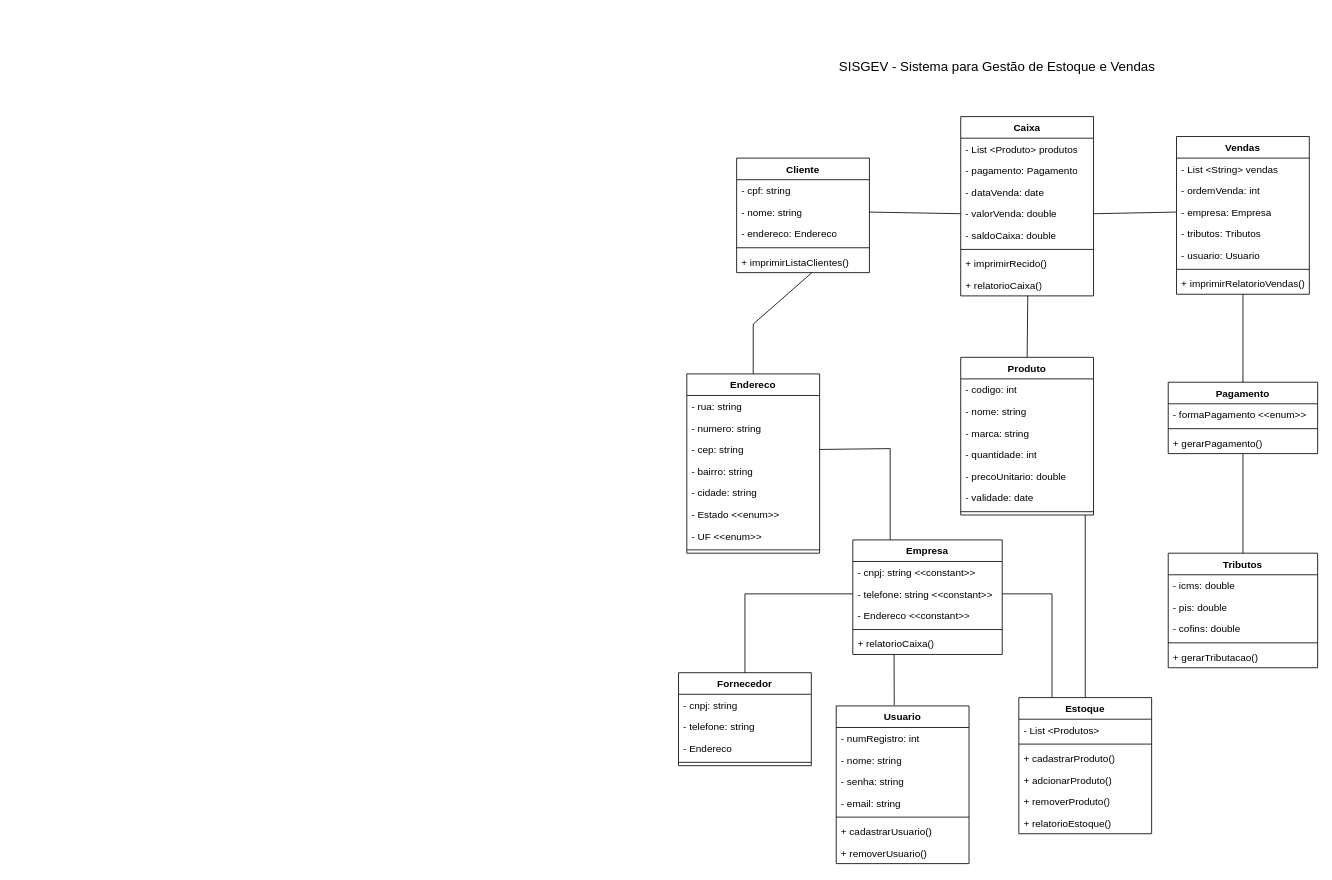
igormanoels/SISGEV keeps this draw.io diagram as Diagrama/1.0.0/Diagrama de Classes - SISGEV.drawio. Above is the earlier version. Source tidied: cells renumbered, new cells numbered last; positions are measured from the earlier drawing's top-left corner, leaving out a move shared by most shapes. Both pictures are drawn from the tidied source at 83%, with x=0, y=0 at pixel (678, 50).
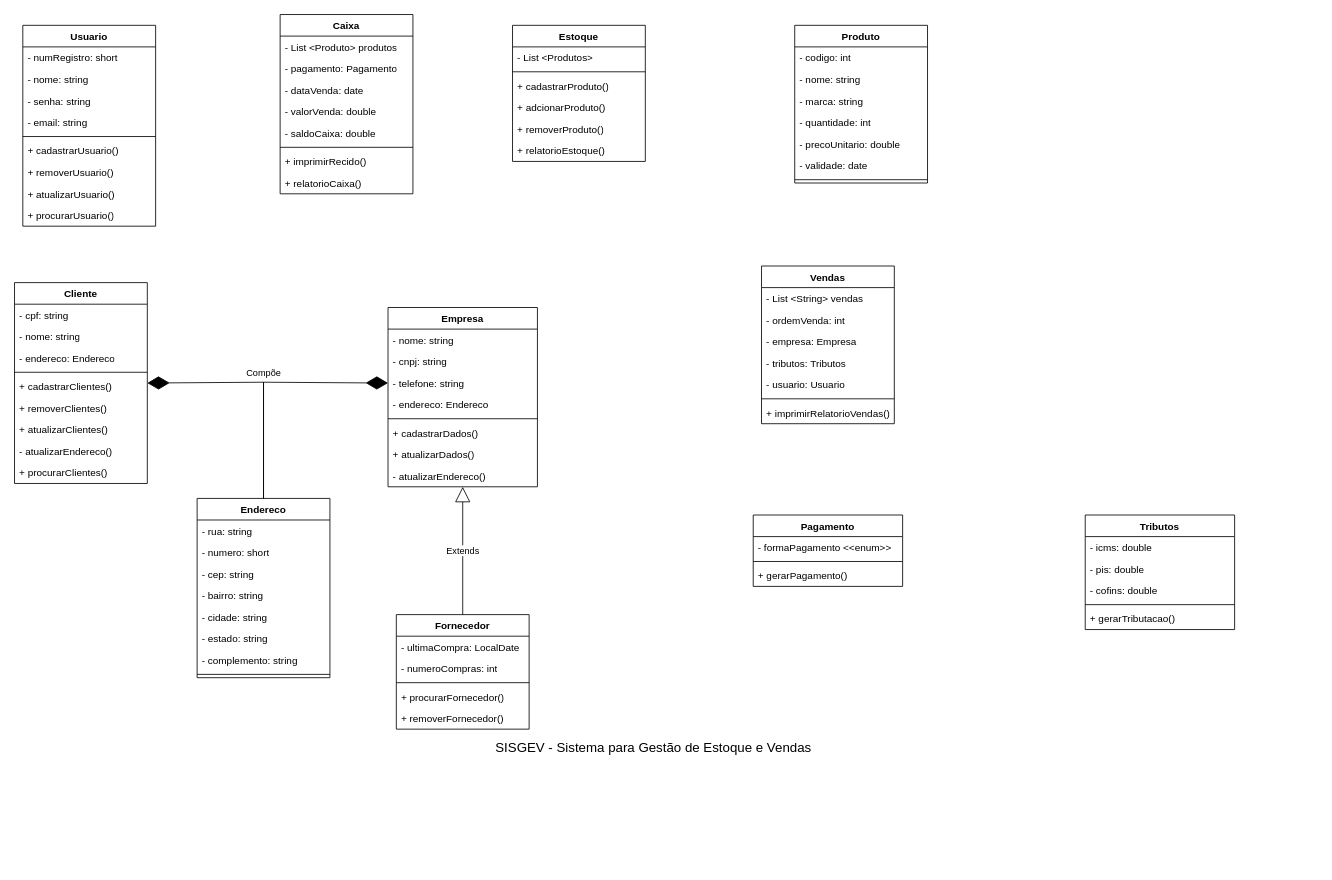
Above is the later version.

Commit message (it also covers changes not shown here):
Continuação do desenvolvimento das classes Cliente, Empresa e Fornecedor, com modificação no diagrama.

Unchanged cells that the change refers to:
```xml
<mxCell id="20" value="- empresa: Empresa" style="text;strokeColor=none;fillColor=none;align=left;verticalAlign=top;spacingLeft=4;spacingRight=4;overflow=hidden;points=[[0,0.5],[1,0.5]];portConstraint=eastwest;whiteSpace=wrap;html=1;" parent="17" vertex="1">
  <mxGeometry y="78" width="160" height="26" as="geometry" />
</mxCell>
<mxCell id="24" value="+ imprimirRelatorioVendas()" style="text;strokeColor=none;fillColor=none;align=left;verticalAlign=top;spacingLeft=4;spacingRight=4;overflow=hidden;points=[[0,0.5],[1,0.5]];portConstraint=eastwest;whiteSpace=wrap;html=1;" parent="17" vertex="1">
  <mxGeometry y="164" width="160" height="26" as="geometry" />
</mxCell>
<mxCell id="37" value="- valorVenda: double" style="text;strokeColor=none;fillColor=none;align=left;verticalAlign=top;spacingLeft=4;spacingRight=4;overflow=hidden;points=[[0,0.5],[1,0.5]];portConstraint=eastwest;whiteSpace=wrap;html=1;" parent="33" vertex="1">
  <mxGeometry y="104" width="160" height="26" as="geometry" />
</mxCell>
<mxCell id="41" value="+ relatorioCaixa()" style="text;strokeColor=none;fillColor=none;align=left;verticalAlign=top;spacingLeft=4;spacingRight=4;overflow=hidden;points=[[0,0.5],[1,0.5]];portConstraint=eastwest;whiteSpace=wrap;html=1;" parent="33" vertex="1">
  <mxGeometry y="190" width="160" height="26" as="geometry" />
</mxCell>
<mxCell id="52" value="- cep: string" style="text;strokeColor=none;fillColor=none;align=left;verticalAlign=top;spacingLeft=4;spacingRight=4;overflow=hidden;points=[[0,0.5],[1,0.5]];portConstraint=eastwest;whiteSpace=wrap;html=1;" parent="49" vertex="1">
  <mxGeometry y="78" width="160" height="26" as="geometry" />
</mxCell>
<mxCell id="61" value="+ gerarPagamento()" style="text;strokeColor=none;fillColor=none;align=left;verticalAlign=top;spacingLeft=4;spacingRight=4;overflow=hidden;points=[[0,0.5],[1,0.5]];portConstraint=eastwest;whiteSpace=wrap;html=1;" parent="58" vertex="1">
  <mxGeometry y="60" width="180" height="26" as="geometry" />
</mxCell>
<mxCell id="75" value="- nome: string" style="text;strokeColor=none;fillColor=none;align=left;verticalAlign=top;spacingLeft=4;spacingRight=4;overflow=hidden;points=[[0,0.5],[1,0.5]];portConstraint=eastwest;whiteSpace=wrap;html=1;" parent="73" vertex="1">
  <mxGeometry y="52" width="160" height="26" as="geometry" />
</mxCell>
```

The edit, as a diff of the source:
```diff
@@
     <mxCell id="2" value="Produto" style="swimlane;fontStyle=1;align=center;verticalAlign=top;horizontal=1;startSize=26;whiteSpace=wrap;html=1;" parent="1" vertex="1">
-      <mxGeometry x="340" y="370" width="160" height="190" as="geometry" />
+      <mxGeometry x="140" y="-30" width="160" height="190" as="geometry" />
     </mxCell>
@@
     <mxCell id="10" value="Estoque" style="swimlane;fontStyle=1;align=center;verticalAlign=top;horizontal=1;startSize=26;whiteSpace=wrap;html=1;" parent="1" vertex="1">
-      <mxGeometry x="410" y="780" width="160" height="164" as="geometry" />
+      <mxGeometry x="-200" y="-30" width="160" height="164" as="geometry" />
     </mxCell>
@@
     <mxCell id="17" value="Vendas" style="swimlane;fontStyle=1;align=center;verticalAlign=top;horizontal=1;startSize=26;whiteSpace=wrap;html=1;" parent="1" vertex="1">
-      <mxGeometry x="600" y="104" width="160" height="190" as="geometry" />
+      <mxGeometry x="100" y="260" width="160" height="190" as="geometry" />
     </mxCell>
@@
     <mxCell id="25" value="Usuario" style="swimlane;fontStyle=1;align=center;verticalAlign=top;horizontal=1;startSize=26;whiteSpace=wrap;html=1;" parent="1" vertex="1">
-      <mxGeometry x="190" y="790" width="160" height="190" as="geometry" />
+      <mxGeometry x="-790" y="-30" width="160" height="242" as="geometry" />
     </mxCell>
-    <mxCell id="26" value="- numRegistro: int" style="text;strokeColor=none;fillColor=none;align=left;verticalAlign=top;spacingLeft=4;spacingRight=4;overflow=hidden;whiteSpace=wrap;html=1;" parent="25" vertex="1">
+    <mxCell id="26" value="- numRegistro: short" style="text;strokeColor=none;fillColor=none;align=left;verticalAlign=top;spacingLeft=4;spacingRight=4;overflow=hidden;whiteSpace=wrap;html=1;" parent="25" vertex="1">
       <mxGeometry y="26" width="160" height="26" as="geometry" />
     </mxCell>
@@
+    <mxCell id="90" value="+ atualizarUsuario()" style="text;strokeColor=none;fillColor=none;align=left;verticalAlign=top;spacingLeft=4;spacingRight=4;overflow=hidden;whiteSpace=wrap;html=1;" parent="25" vertex="1">
+      <mxGeometry y="190" width="160" height="26" as="geometry" />
+    </mxCell>
+    <mxCell id="91" value="+ procurarUsuario()" style="text;strokeColor=none;fillColor=none;align=left;verticalAlign=top;spacingLeft=4;spacingRight=4;overflow=hidden;whiteSpace=wrap;html=1;" parent="25" vertex="1">
+      <mxGeometry y="216" width="160" height="26" as="geometry" />
+    </mxCell>
     <mxCell id="33" value="Caixa" style="swimlane;fontStyle=1;align=center;verticalAlign=top;horizontal=1;startSize=26;whiteSpace=wrap;html=1;" parent="1" vertex="1">
-      <mxGeometry x="340" y="80" width="160" height="216" as="geometry" />
+      <mxGeometry x="-480" y="-43" width="160" height="216" as="geometry" />
     </mxCell>
@@
     <mxCell id="42" value="Empresa" style="swimlane;fontStyle=1;align=center;verticalAlign=top;horizontal=1;startSize=26;whiteSpace=wrap;html=1;" parent="1" vertex="1">
-      <mxGeometry x="210" y="590" width="180" height="138" as="geometry" />
+      <mxGeometry x="-350" y="310" width="180" height="216" as="geometry" />
     </mxCell>
+    <mxCell id="92" value="- nome: string" style="text;strokeColor=none;fillColor=none;align=left;verticalAlign=top;spacingLeft=4;spacingRight=4;overflow=hidden;whiteSpace=wrap;html=1;" parent="42" vertex="1">
+      <mxGeometry y="26" width="180" height="26" as="geometry" />
+    </mxCell>
-    <mxCell id="43" value="- cnpj: string &amp;lt;&amp;lt;constant&amp;gt;&amp;gt;" style="text;strokeColor=none;fillColor=none;align=left;verticalAlign=top;spacingLeft=4;spacingRight=4;overflow=hidden;whiteSpace=wrap;html=1;" parent="42" vertex="1">
-      <mxGeometry y="26" width="180" height="26" as="geometry" />
+    <mxCell id="43" value="- cnpj: string" style="text;strokeColor=none;fillColor=none;align=left;verticalAlign=top;spacingLeft=4;spacingRight=4;overflow=hidden;whiteSpace=wrap;html=1;" parent="42" vertex="1">
+      <mxGeometry y="52" width="180" height="26" as="geometry" />
     </mxCell>
-    <mxCell id="44" value="- telefone: string &amp;lt;&amp;lt;constant&amp;gt;&amp;gt;" style="text;strokeColor=none;fillColor=none;align=left;verticalAlign=top;spacingLeft=4;spacingRight=4;overflow=hidden;points=[[0,0.5],[1,0.5]];portConstraint=eastwest;whiteSpace=wrap;html=1;" parent="42" vertex="1">
-      <mxGeometry y="52" width="180" height="26" as="geometry" />
+    <mxCell id="44" value="- telefone: string" style="text;strokeColor=none;fillColor=none;align=left;verticalAlign=top;spacingLeft=4;spacingRight=4;overflow=hidden;points=[[0,0.5],[1,0.5]];portConstraint=eastwest;whiteSpace=wrap;html=1;" parent="42" vertex="1">
+      <mxGeometry y="78" width="180" height="26" as="geometry" />
     </mxCell>
-    <mxCell id="45" value="- Endereco &amp;lt;&amp;lt;constant&amp;gt;&amp;gt;" style="text;strokeColor=none;fillColor=none;align=left;verticalAlign=top;spacingLeft=4;spacingRight=4;overflow=hidden;whiteSpace=wrap;html=1;" parent="42" vertex="1">
-      <mxGeometry y="78" width="180" height="26" as="geometry" />
+    <mxCell id="45" value="- endereco: Endereco" style="text;strokeColor=none;fillColor=none;align=left;verticalAlign=top;spacingLeft=4;spacingRight=4;overflow=hidden;whiteSpace=wrap;html=1;" parent="42" vertex="1">
+      <mxGeometry y="104" width="180" height="26" as="geometry" />
     </mxCell>
     <mxCell id="46" style="line;strokeWidth=1;fillColor=none;align=left;verticalAlign=middle;spacingTop=-1;spacingLeft=3;spacingRight=3;labelPosition=right;strokeColor=inherit;" parent="42" vertex="1">
-      <mxGeometry y="104" width="180" height="8" as="geometry" />
+      <mxGeometry y="130" width="180" height="8" as="geometry" />
     </mxCell>
-    <mxCell id="47" value="+ relatorioCaixa()" style="text;strokeColor=none;fillColor=none;align=left;verticalAlign=top;spacingLeft=4;spacingRight=4;overflow=hidden;points=[[0,0.5],[1,0.5]];portConstraint=eastwest;whiteSpace=wrap;html=1;" parent="42" vertex="1">
-      <mxGeometry y="112" width="180" height="26" as="geometry" />
-    </mxCell>
+    <mxCell id="93" value="+ cadastrarDados()" style="text;strokeColor=none;fillColor=none;align=left;verticalAlign=top;spacingLeft=4;spacingRight=4;overflow=hidden;whiteSpace=wrap;html=1;" parent="42" vertex="1">
+      <mxGeometry y="138" width="180" height="26" as="geometry" />
+    </mxCell>
+    <mxCell id="94" value="+ atualizarDados&lt;span style=&quot;background-color: initial;&quot;&gt;()&lt;/span&gt;" style="text;strokeColor=none;fillColor=none;align=left;verticalAlign=top;spacingLeft=4;spacingRight=4;overflow=hidden;whiteSpace=wrap;html=1;" parent="42" vertex="1">
+      <mxGeometry y="164" width="180" height="26" as="geometry" />
+    </mxCell>
+    <mxCell id="95" value="-&lt;span style=&quot;background-color: initial;&quot;&gt;&amp;nbsp;atualizarEndereco()&lt;/span&gt;" style="text;strokeColor=none;fillColor=none;align=left;verticalAlign=top;spacingLeft=4;spacingRight=4;overflow=hidden;whiteSpace=wrap;html=1;" parent="42" vertex="1">
+      <mxGeometry y="190" width="180" height="26" as="geometry" />
+    </mxCell>
     <mxCell id="48" value="&lt;div style=&quot;font-size: 16px;&quot;&gt;SISGEV - Sistema para Gestão de Estoque e Vendas&lt;/div&gt;&lt;div style=&quot;font-size: 16px;&quot;&gt;&lt;br style=&quot;font-size: 16px;&quot;&gt;&lt;/div&gt;" style="text;html=1;align=center;verticalAlign=middle;whiteSpace=wrap;rounded=0;fontSize=16;" parent="1" vertex="1">
-      <mxGeometry x="84" width="600" height="60" as="geometry" />
+      <mxGeometry x="-330" y="820" width="600" height="60" as="geometry" />
     </mxCell>
     <mxCell id="49" value="Endereco" style="swimlane;fontStyle=1;align=center;verticalAlign=top;horizontal=1;startSize=26;whiteSpace=wrap;html=1;" parent="1" vertex="1">
-      <mxGeometry x="10" y="390" width="160" height="216" as="geometry" />
+      <mxGeometry x="-580" y="540" width="160" height="216" as="geometry" />
     </mxCell>
@@
-    <mxCell id="51" value="- numero: string" style="text;strokeColor=none;fillColor=none;align=left;verticalAlign=top;spacingLeft=4;spacingRight=4;overflow=hidden;whiteSpace=wrap;html=1;" parent="49" vertex="1">
+    <mxCell id="51" value="- numero: short" style="text;strokeColor=none;fillColor=none;align=left;verticalAlign=top;spacingLeft=4;spacingRight=4;overflow=hidden;whiteSpace=wrap;html=1;" parent="49" vertex="1">
       <mxGeometry y="52" width="160" height="26" as="geometry" />
     </mxCell>
@@
-    <mxCell id="55" value="- Estado &amp;lt;&amp;lt;enum&amp;gt;&amp;gt;" style="text;strokeColor=none;fillColor=none;align=left;verticalAlign=top;spacingLeft=4;spacingRight=4;overflow=hidden;whiteSpace=wrap;html=1;" parent="49" vertex="1">
+    <mxCell id="55" value="- estado: string" style="text;strokeColor=none;fillColor=none;align=left;verticalAlign=top;spacingLeft=4;spacingRight=4;overflow=hidden;whiteSpace=wrap;html=1;" parent="49" vertex="1">
       <mxGeometry y="156" width="160" height="26" as="geometry" />
     </mxCell>
-    <mxCell id="56" value="- UF &amp;lt;&amp;lt;enum&amp;gt;&amp;gt;" style="text;strokeColor=none;fillColor=none;align=left;verticalAlign=top;spacingLeft=4;spacingRight=4;overflow=hidden;whiteSpace=wrap;html=1;" parent="49" vertex="1">
+    <mxCell id="56" value="- complemento: string" style="text;strokeColor=none;fillColor=none;align=left;verticalAlign=top;spacingLeft=4;spacingRight=4;overflow=hidden;whiteSpace=wrap;html=1;" parent="49" vertex="1">
       <mxGeometry y="182" width="160" height="26" as="geometry" />
     </mxCell>
@@
     <mxCell id="58" value="Pagamento" style="swimlane;fontStyle=1;align=center;verticalAlign=top;horizontal=1;startSize=26;whiteSpace=wrap;html=1;" parent="1" vertex="1">
-      <mxGeometry x="590" y="400" width="180" height="86" as="geometry" />
+      <mxGeometry x="90" y="560" width="180" height="86" as="geometry" />
     </mxCell>
@@
     <mxCell id="62" value="Fornecedor" style="swimlane;fontStyle=1;align=center;verticalAlign=top;horizontal=1;startSize=26;whiteSpace=wrap;html=1;" parent="1" vertex="1">
-      <mxGeometry y="750" width="160" height="112" as="geometry" />
+      <mxGeometry x="-340" y="680" width="160" height="138" as="geometry" />
     </mxCell>
-    <mxCell id="63" value="- cnpj: string" style="text;strokeColor=none;fillColor=none;align=left;verticalAlign=top;spacingLeft=4;spacingRight=4;overflow=hidden;whiteSpace=wrap;html=1;" parent="62" vertex="1">
-      <mxGeometry y="26" width="160" height="26" as="geometry" />
-    </mxCell>
-    <mxCell id="64" value="- telefone: string" style="text;strokeColor=none;fillColor=none;align=left;verticalAlign=top;spacingLeft=4;spacingRight=4;overflow=hidden;whiteSpace=wrap;html=1;" parent="62" vertex="1">
-      <mxGeometry y="52" width="160" height="26" as="geometry" />
-    </mxCell>
-    <mxCell id="65" value="- Endereco" style="text;strokeColor=none;fillColor=none;align=left;verticalAlign=top;spacingLeft=4;spacingRight=4;overflow=hidden;whiteSpace=wrap;html=1;" parent="62" vertex="1">
-      <mxGeometry y="78" width="160" height="26" as="geometry" />
+    <mxCell id="65" value="- ultimaCompra: LocalDate" style="text;strokeColor=none;fillColor=none;align=left;verticalAlign=top;spacingLeft=4;spacingRight=4;overflow=hidden;whiteSpace=wrap;html=1;" parent="62" vertex="1">
+      <mxGeometry y="26" width="160" height="26" as="geometry" />
     </mxCell>
+    <mxCell id="96" value="- numeroCompras: int" style="text;strokeColor=none;fillColor=none;align=left;verticalAlign=top;spacingLeft=4;spacingRight=4;overflow=hidden;whiteSpace=wrap;html=1;" parent="62" vertex="1">
+      <mxGeometry y="52" width="160" height="26" as="geometry" />
+    </mxCell>
     <mxCell id="66" style="line;strokeWidth=1;fillColor=none;align=left;verticalAlign=middle;spacingTop=-1;spacingLeft=3;spacingRight=3;labelPosition=right;strokeColor=inherit;" parent="62" vertex="1">
-      <mxGeometry y="104" width="160" height="8" as="geometry" />
+      <mxGeometry y="78" width="160" height="8" as="geometry" />
     </mxCell>
+    <mxCell id="97" value="+ procurarFornecedor()" style="text;strokeColor=none;fillColor=none;align=left;verticalAlign=top;spacingLeft=4;spacingRight=4;overflow=hidden;whiteSpace=wrap;html=1;" parent="62" vertex="1">
+      <mxGeometry y="86" width="160" height="26" as="geometry" />
+    </mxCell>
+    <mxCell id="98" value="+ removerFornecedor()" style="text;strokeColor=none;fillColor=none;align=left;verticalAlign=top;spacingLeft=4;spacingRight=4;overflow=hidden;whiteSpace=wrap;html=1;" parent="62" vertex="1">
+      <mxGeometry y="112" width="160" height="26" as="geometry" />
+    </mxCell>
     <mxCell id="67" value="Tributos" style="swimlane;fontStyle=1;align=center;verticalAlign=top;horizontal=1;startSize=26;whiteSpace=wrap;html=1;" parent="1" vertex="1">
-      <mxGeometry x="590" y="606" width="180" height="138" as="geometry" />
+      <mxGeometry x="490" y="560" width="180" height="138" as="geometry" />
     </mxCell>
@@
     <mxCell id="73" value="Cliente" style="swimlane;fontStyle=1;align=center;verticalAlign=top;horizontal=1;startSize=26;whiteSpace=wrap;html=1;" parent="1" vertex="1">
-      <mxGeometry x="70" y="130" width="160" height="138" as="geometry" />
+      <mxGeometry x="-800" y="280" width="160" height="242" as="geometry" />
     </mxCell>
@@
-    <mxCell id="78" value="+ imprimirListaClientes()" style="text;strokeColor=none;fillColor=none;align=left;verticalAlign=top;spacingLeft=4;spacingRight=4;overflow=hidden;points=[[0,0.5],[1,0.5]];portConstraint=eastwest;whiteSpace=wrap;html=1;" parent="73" vertex="1">
+    <mxCell id="78" value="+ cadastrarClientes()" style="text;strokeColor=none;fillColor=none;align=left;verticalAlign=top;spacingLeft=4;spacingRight=4;overflow=hidden;points=[[0,0.5],[1,0.5]];portConstraint=eastwest;whiteSpace=wrap;html=1;" parent="73" vertex="1">
       <mxGeometry y="112" width="160" height="26" as="geometry" />
     </mxCell>
-    <mxCell id="79" style="endArrow=none;html=1;rounded=0;exitX=0.5;exitY=0;exitDx=0;exitDy=0;entryX=0;entryY=0.5;entryDx=0;entryDy=0;" parent="1" edge="1" source="62" target="44">
-      <mxGeometry relative="1" as="geometry">
-        <Array as="points">
-          <mxPoint x="80" y="655" />
-        </Array>
-      </mxGeometry>
-    </mxCell>
-    <mxCell id="80" style="endArrow=none;html=1;rounded=0;exitX=0.25;exitY=0;exitDx=0;exitDy=0;entryX=1;entryY=0.5;entryDx=0;entryDy=0;" parent="1" edge="1" source="10" target="44">
-      <mxGeometry relative="1" as="geometry">
-        <Array as="points">
-          <mxPoint x="450" y="655" />
-        </Array>
-      </mxGeometry>
-    </mxCell>
-    <mxCell id="81" style="endArrow=none;html=1;rounded=0;exitX=0.437;exitY=-0.004;exitDx=0;exitDy=0;entryX=0.276;entryY=1.002;entryDx=0;entryDy=0;entryPerimeter=0;exitPerimeter=0;" parent="1" edge="1" source="25" target="47">
-      <mxGeometry relative="1" as="geometry" />
-    </mxCell>
-    <mxCell id="82" style="endArrow=none;html=1;rounded=0;exitX=0.5;exitY=0;exitDx=0;exitDy=0;" parent="1" edge="1" source="10">
-      <mxGeometry relative="1" as="geometry">
-        <mxPoint x="490" y="560" as="targetPoint" />
-      </mxGeometry>
-    </mxCell>
-    <mxCell id="83" style="endArrow=none;html=1;rounded=0;exitX=1;exitY=0.5;exitDx=0;exitDy=0;entryX=0;entryY=0.5;entryDx=0;entryDy=0;" parent="1" edge="1" source="75" target="37">
-      <mxGeometry relative="1" as="geometry" />
-    </mxCell>
-    <mxCell id="84" style="endArrow=none;html=1;rounded=0;exitX=1;exitY=0.5;exitDx=0;exitDy=0;entryX=0;entryY=0.5;entryDx=0;entryDy=0;" parent="1" edge="1" source="37" target="20">
-      <mxGeometry relative="1" as="geometry" />
-    </mxCell>
-    <mxCell id="85" style="endArrow=none;html=1;rounded=0;exitX=1;exitY=0.5;exitDx=0;exitDy=0;entryX=0.25;entryY=0;entryDx=0;entryDy=0;" parent="1" edge="1" source="52" target="42">
-      <mxGeometry relative="1" as="geometry">
-        <Array as="points">
-          <mxPoint x="255" y="480" />
-        </Array>
-      </mxGeometry>
-    </mxCell>
-    <mxCell id="86" style="endArrow=none;html=1;rounded=0;exitX=0.5;exitY=0;exitDx=0;exitDy=0;entryX=0.566;entryY=1.003;entryDx=0;entryDy=0;entryPerimeter=0;" parent="1" edge="1" source="49" target="78">
-      <mxGeometry relative="1" as="geometry">
-        <Array as="points">
-          <mxPoint x="90" y="330" />
-        </Array>
-      </mxGeometry>
-    </mxCell>
-    <mxCell id="87" style="endArrow=none;html=1;rounded=0;exitX=0.5;exitY=0;exitDx=0;exitDy=0;entryX=0.505;entryY=0.993;entryDx=0;entryDy=0;entryPerimeter=0;" parent="1" edge="1" source="2" target="41">
-      <mxGeometry relative="1" as="geometry" />
-    </mxCell>
-    <mxCell id="88" style="endArrow=none;html=1;rounded=0;exitX=0.5;exitY=0;exitDx=0;exitDy=0;" parent="1" edge="1" source="58" target="24">
-      <mxGeometry relative="1" as="geometry" />
-    </mxCell>
-    <mxCell id="89" style="endArrow=none;html=1;rounded=0;" parent="1" edge="1" source="67" target="61">
-      <mxGeometry relative="1" as="geometry" />
-    </mxCell>
+    <mxCell id="99" value="+ removerClientes()" style="text;strokeColor=none;fillColor=none;align=left;verticalAlign=top;spacingLeft=4;spacingRight=4;overflow=hidden;whiteSpace=wrap;html=1;" parent="73" vertex="1">
+      <mxGeometry y="138" width="160" height="26" as="geometry" />
+    </mxCell>
+    <mxCell id="100" value="+ atualizarClientes()" style="text;strokeColor=none;fillColor=none;align=left;verticalAlign=top;spacingLeft=4;spacingRight=4;overflow=hidden;whiteSpace=wrap;html=1;" parent="73" vertex="1">
+      <mxGeometry y="164" width="160" height="26" as="geometry" />
+    </mxCell>
+    <mxCell id="101" value="- atualizarEndereco()" style="text;strokeColor=none;fillColor=none;align=left;verticalAlign=top;spacingLeft=4;spacingRight=4;overflow=hidden;whiteSpace=wrap;html=1;" parent="73" vertex="1">
+      <mxGeometry y="190" width="160" height="26" as="geometry" />
+    </mxCell>
+    <mxCell id="102" value="+ procurarClientes()" style="text;strokeColor=none;fillColor=none;align=left;verticalAlign=top;spacingLeft=4;spacingRight=4;overflow=hidden;whiteSpace=wrap;html=1;" parent="73" vertex="1">
+      <mxGeometry y="216" width="160" height="26" as="geometry" />
+    </mxCell>
+    <mxCell id="103" style="endArrow=diamondThin;endFill=1;endSize=24;html=1;rounded=0;entryX=0;entryY=0.5;entryDx=0;entryDy=0;exitX=0.5;exitY=0;exitDx=0;exitDy=0;" parent="1" edge="1" source="49" target="44">
+      <mxGeometry relative="1" as="geometry">
+        <Array as="points">
+          <mxPoint x="-500" y="400" />
+        </Array>
+      </mxGeometry>
+    </mxCell>
+    <mxCell id="104" value="Compõe" style="edgeLabel;html=1;align=center;verticalAlign=middle;" parent="103" vertex="1">
+      <mxGeometry x="-0.02" relative="1" as="geometry">
+        <mxPoint x="-2" y="-12" as="offset" />
+      </mxGeometry>
+    </mxCell>
+    <mxCell id="105" style="endArrow=diamondThin;endFill=1;endSize=24;html=1;rounded=0;entryX=1;entryY=0.5;entryDx=0;entryDy=0;exitX=0.5;exitY=0;exitDx=0;exitDy=0;" parent="1" edge="1" source="49" target="73">
+      <mxGeometry relative="1" as="geometry">
+        <Array as="points">
+          <mxPoint x="-500" y="400" />
+        </Array>
+      </mxGeometry>
+    </mxCell>
+    <mxCell id="106" value="&lt;div&gt;&lt;br&gt;&lt;/div&gt;&lt;div&gt;&lt;br&gt;&lt;/div&gt;" style="edgeLabel;html=1;align=center;verticalAlign=middle;" parent="105" vertex="1">
+      <mxGeometry x="-0.02" relative="1" as="geometry" />
+    </mxCell>
+    <mxCell id="107" value="Extends" style="endArrow=block;endSize=16;endFill=0;html=1;rounded=0;exitX=0.5;exitY=0;exitDx=0;exitDy=0;" parent="1" edge="1" source="62" target="42">
+      <mxGeometry relative="1" as="geometry" />
+    </mxCell>
```
